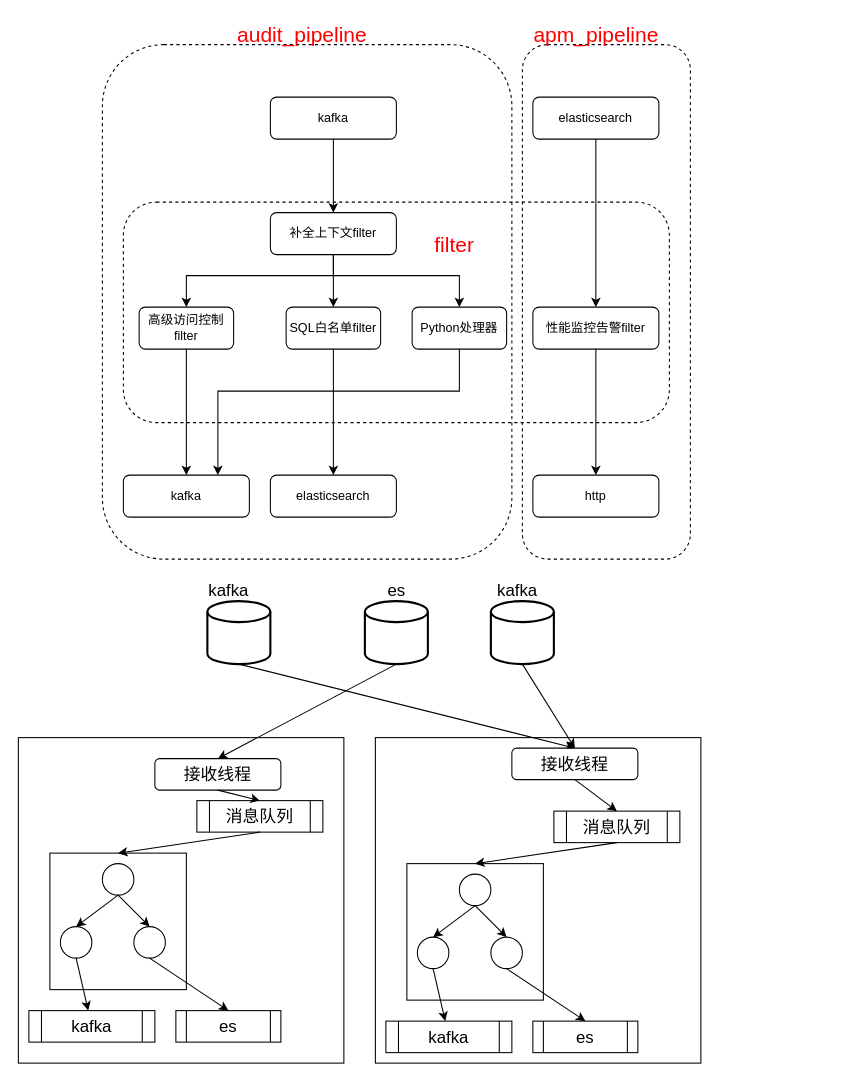
xxxcrel/Demo keeps this draw.io diagram as common/Untitled Diagram.drawio. Above is the earlier version. Source tidied: cells renumbered, new cells numbered last; positions are measured from the earlier drawing's top-left corner, leaving out a move shared by most shapes. Both pictures are drawn from the tidied source at 105%, with x=0, y=0 at pixel (18, 18).
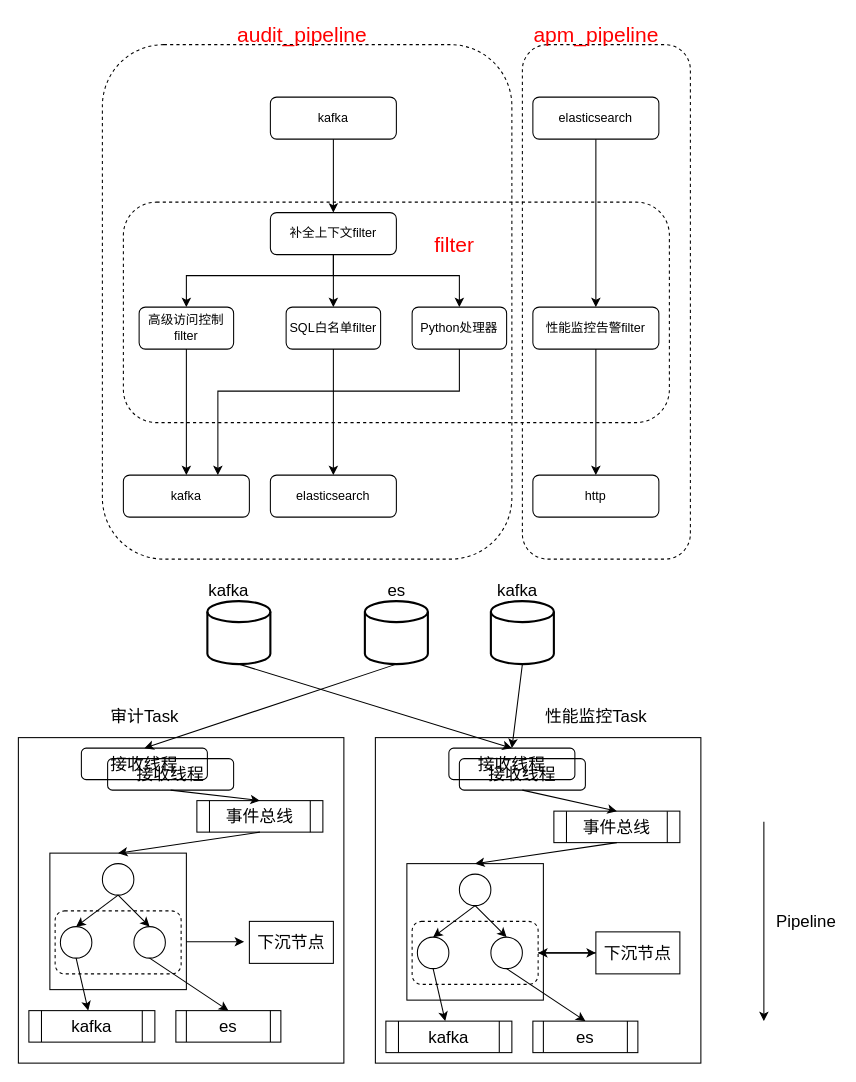
The same page after the edit.

Unchanged cells that the change refers to:
```xml
<mxCell id="27" style="strokeWidth=2;html=1;shape=mxgraph.flowchart.database;whiteSpace=wrap;fontSize=20;fontColor=#000000;fillColor=none;" parent="1" vertex="1">
  <mxGeometry x="180" y="555" width="60" height="60" as="geometry" />
</mxCell>
<mxCell id="28" style="strokeWidth=2;html=1;shape=mxgraph.flowchart.database;whiteSpace=wrap;fontSize=20;fontColor=#000000;fillColor=none;" parent="1" vertex="1">
  <mxGeometry x="330" y="555" width="60" height="60" as="geometry" />
</mxCell>
<mxCell id="29" style="strokeWidth=2;html=1;shape=mxgraph.flowchart.database;whiteSpace=wrap;fontSize=20;fontColor=#000000;fillColor=none;" parent="1" vertex="1">
  <mxGeometry x="450" y="555" width="60" height="60" as="geometry" />
</mxCell>
```

Change to the diagram source:
```diff
@@
-    <mxCell id="30" style="endArrow=classic;html=1;rounded=0;fontSize=20;fontColor=#000000;exitX=0.5;exitY=1;exitDx=0;exitDy=0;exitPerimeter=0;entryX=0.5;entryY=0;entryDx=0;entryDy=0;" parent="1" edge="1" source="27" target="49">
+    <mxCell id="30" style="endArrow=classic;html=1;rounded=0;fontSize=20;fontColor=#000000;exitX=0.5;exitY=1;exitDx=0;exitDy=0;exitPerimeter=0;entryX=0.5;entryY=0;entryDx=0;entryDy=0;" parent="1" edge="1" source="27" target="69">
       <mxGeometry relative="1" as="geometry" />
     </mxCell>
-    <mxCell id="31" style="endArrow=classic;html=1;rounded=0;fontSize=20;fontColor=#000000;exitX=0.5;exitY=1;exitDx=0;exitDy=0;exitPerimeter=0;entryX=0.5;entryY=0;entryDx=0;entryDy=0;" parent="1" edge="1" source="28" target="34">
+    <mxCell id="31" style="endArrow=classic;html=1;rounded=0;fontSize=20;fontColor=#000000;exitX=0.5;exitY=1;exitDx=0;exitDy=0;exitPerimeter=0;entryX=0.5;entryY=0;entryDx=0;entryDy=0;" parent="1" edge="1" source="28" target="68">
       <mxGeometry relative="1" as="geometry" />
     </mxCell>
-    <mxCell id="32" style="endArrow=classic;html=1;rounded=0;fontSize=20;fontColor=#000000;exitX=0.5;exitY=1;exitDx=0;exitDy=0;exitPerimeter=0;entryX=0.5;entryY=0;entryDx=0;entryDy=0;" parent="1" edge="1" source="29" target="49">
+    <mxCell id="32" style="endArrow=classic;html=1;rounded=0;fontSize=20;fontColor=#000000;exitX=0.5;exitY=1;exitDx=0;exitDy=0;exitPerimeter=0;entryX=0.5;entryY=0;entryDx=0;entryDy=0;" parent="1" edge="1" source="29" target="69">
       <mxGeometry relative="1" as="geometry" />
     </mxCell>
@@
     <mxCell id="34" value="接收线程" style="rounded=1;whiteSpace=wrap;html=1;fontSize=16;fontColor=#000000;fillColor=default;" parent="1" vertex="1">
-      <mxGeometry x="130" y="705" width="120" height="30" as="geometry" />
+      <mxGeometry x="85" y="705" width="120" height="30" as="geometry" />
     </mxCell>
@@
-    <mxCell id="39" value="消息队列" style="shape=process;whiteSpace=wrap;html=1;backgroundOutline=1;fontSize=16;fontColor=#000000;fillColor=default;" parent="1" vertex="1">
+    <mxCell id="39" value="事件总线" style="shape=process;whiteSpace=wrap;html=1;backgroundOutline=1;fontSize=16;fontColor=#000000;fillColor=default;" parent="1" vertex="1">
       <mxGeometry x="170" y="745" width="120" height="30" as="geometry" />
     </mxCell>
@@
     <mxCell id="49" value="接收线程" style="rounded=1;whiteSpace=wrap;html=1;fontSize=16;fontColor=#000000;fillColor=default;" parent="1" vertex="1">
-      <mxGeometry x="470" y="695" width="120" height="30" as="geometry" />
+      <mxGeometry x="420" y="705" width="120" height="30" as="geometry" />
     </mxCell>
@@
-    <mxCell id="54" value="消息队列" style="shape=process;whiteSpace=wrap;html=1;backgroundOutline=1;fontSize=16;fontColor=#000000;fillColor=default;" parent="1" vertex="1">
+    <mxCell id="54" value="事件总线" style="shape=process;whiteSpace=wrap;html=1;backgroundOutline=1;fontSize=16;fontColor=#000000;fillColor=default;" parent="1" vertex="1">
       <mxGeometry x="510" y="755" width="120" height="30" as="geometry" />
     </mxCell>
@@
+    <mxCell id="66" value="审计Task" style="text;html=1;align=center;verticalAlign=middle;strokeColor=none;fillColor=none;fontSize=16;fontColor=#000000;" parent="1" vertex="1">
+      <mxGeometry x="80" y="655" width="80" height="20" as="geometry" />
+    </mxCell>
+    <mxCell id="67" value="性能监控Task" style="text;html=1;align=center;verticalAlign=middle;strokeColor=none;fillColor=none;fontSize=16;fontColor=#000000;" parent="1" vertex="1">
+      <mxGeometry x="495" y="655" width="110" height="20" as="geometry" />
+    </mxCell>
+    <mxCell id="68" value="接收线程" style="rounded=1;whiteSpace=wrap;html=1;fontSize=16;fontColor=#000000;fillColor=none;" parent="1" vertex="1">
+      <mxGeometry x="60" y="695" width="120" height="30" as="geometry" />
+    </mxCell>
+    <mxCell id="69" value="接收线程" style="rounded=1;whiteSpace=wrap;html=1;fontSize=16;fontColor=#000000;fillColor=none;" parent="1" vertex="1">
+      <mxGeometry x="410" y="695" width="120" height="30" as="geometry" />
+    </mxCell>
+    <mxCell id="70" style="rounded=1;whiteSpace=wrap;html=1;fontSize=16;fontColor=#000000;fillColor=none;dashed=1;" parent="1" vertex="1">
+      <mxGeometry x="35" y="850" width="120" height="60" as="geometry" />
+    </mxCell>
+    <mxCell id="71" style="rounded=1;whiteSpace=wrap;html=1;fontSize=16;fontColor=#000000;fillColor=none;dashed=1;" parent="1" vertex="1">
+      <mxGeometry x="375" y="860" width="120" height="60" as="geometry" />
+    </mxCell>
+    <mxCell id="72" style="endArrow=classic;html=1;rounded=0;fontSize=16;fontColor=#000000;exitX=1;exitY=0.5;exitDx=0;exitDy=0;entryX=0;entryY=0.5;entryDx=0;entryDy=0;" parent="1" edge="1" source="71" target="74">
+      <mxGeometry relative="1" as="geometry" />
+    </mxCell>
+    <mxCell id="73" style="edgeStyle=orthogonalEdgeStyle;rounded=0;jettySize=auto;html=1;fontSize=16;fontColor=#000000;" parent="1" edge="1" source="74" target="71">
+      <mxGeometry relative="1" as="geometry" />
+    </mxCell>
+    <mxCell id="74" value="下沉节点" style="rounded=0;whiteSpace=wrap;html=1;fontSize=16;fontColor=#000000;fillColor=default;" parent="1" vertex="1">
+      <mxGeometry x="550" y="870" width="80" height="40" as="geometry" />
+    </mxCell>
+    <mxCell id="75" value="下沉节点" style="rounded=0;whiteSpace=wrap;html=1;fontSize=16;fontColor=#000000;fillColor=default;" parent="1" vertex="1">
+      <mxGeometry x="220" y="860" width="80" height="40" as="geometry" />
+    </mxCell>
+    <mxCell id="76" style="endArrow=classic;html=1;rounded=0;fontSize=16;fontColor=#000000;exitX=1;exitY=0.5;exitDx=0;exitDy=0;entryX=0;entryY=0.5;entryDx=0;entryDy=0;" parent="1" edge="1">
+      <mxGeometry relative="1" as="geometry">
+        <mxPoint x="160" y="879.4" as="sourcePoint" />
+        <mxPoint x="215" y="879.4" as="targetPoint" />
+      </mxGeometry>
+    </mxCell>
+    <mxCell id="77" style="endArrow=classic;html=1;rounded=0;fontSize=16;fontColor=#000000;" parent="1" edge="1">
+      <mxGeometry relative="1" as="geometry">
+        <mxPoint x="710" y="765" as="sourcePoint" />
+        <mxPoint x="710" y="955" as="targetPoint" />
+      </mxGeometry>
+    </mxCell>
+    <mxCell id="78" value="Pipeline" style="text;html=1;align=right;verticalAlign=middle;strokeColor=none;fillColor=none;fontSize=16;fontColor=#000000;" parent="1" vertex="1">
+      <mxGeometry x="710" y="850" width="70" height="20" as="geometry" />
+    </mxCell>
```
